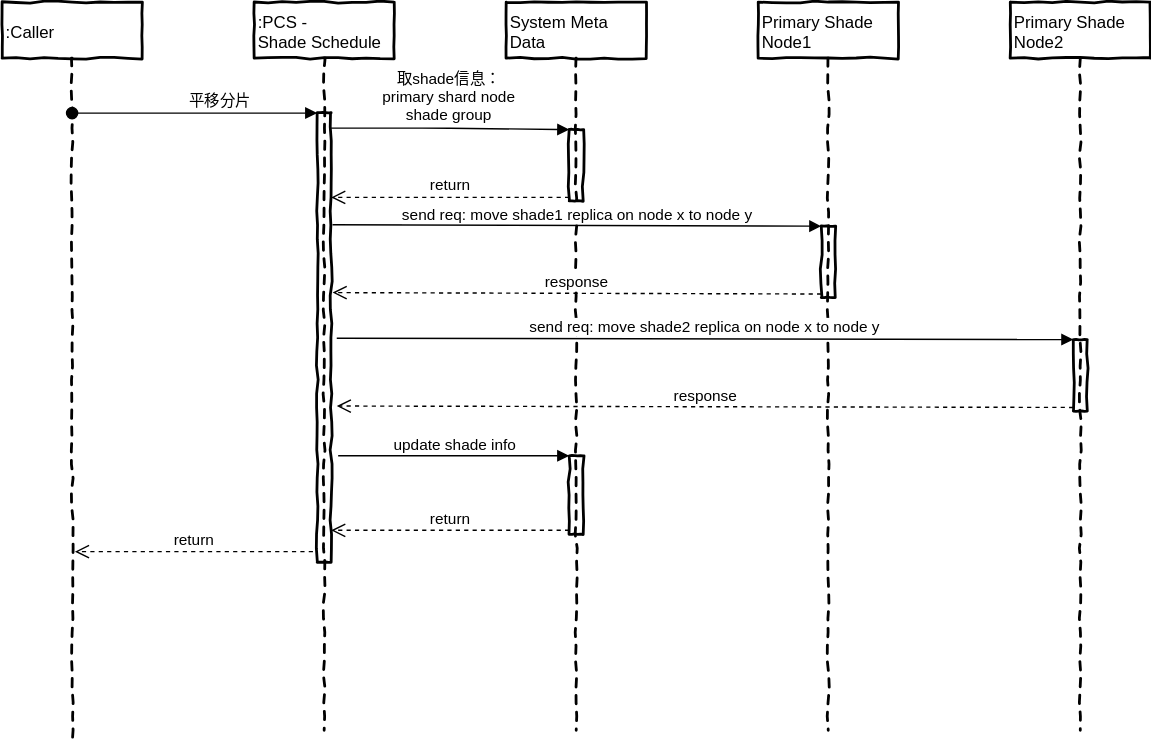
The draw.io diagram attachments/1672969880164.drawio.svg in simbahebinbo/smallfat.github.io, before a commit. Source tidied: cells renumbered, new cells last; positions are measured from the earlier drawing's top-left corner, leaving out a move shared by most shapes.
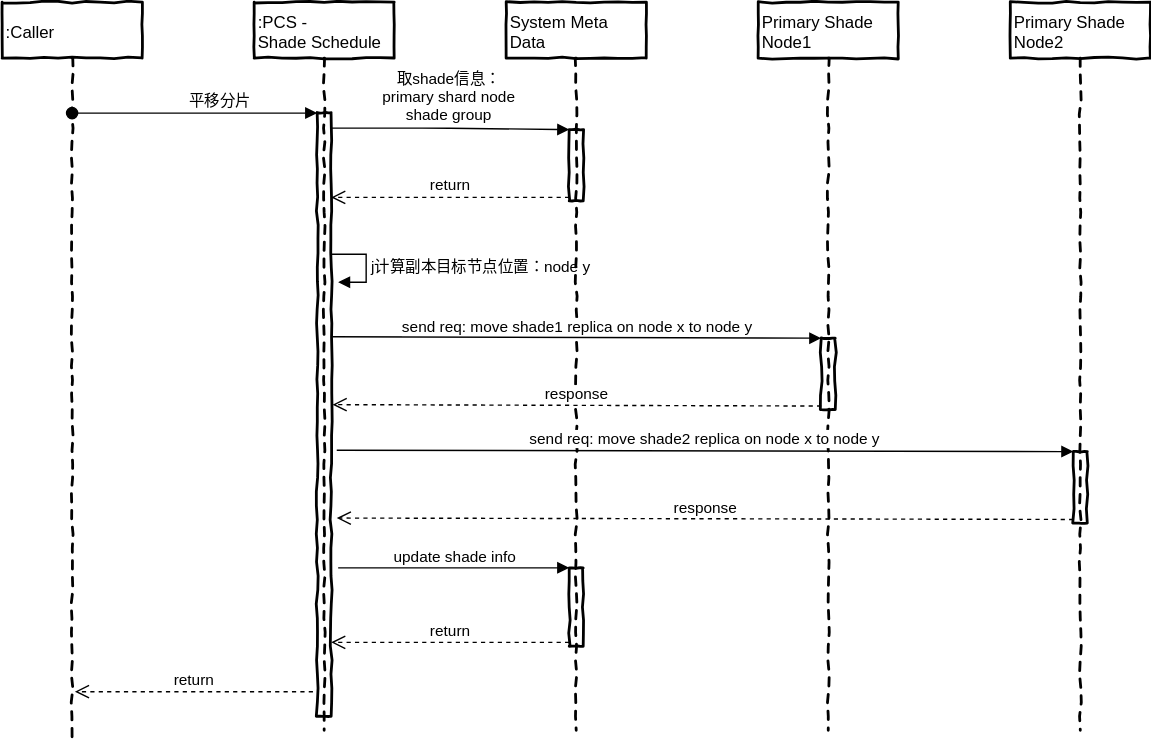
After the change.

Commit message:
添加附件 : attachments/1672969880164.drawio.svg

Diff of the diagram source:
```diff
@@ -9,8 +9,17 @@
       <mxGeometry x="180" width="100" height="520" as="geometry" />
     </mxCell>
     <mxCell id="4" style="html=1;points=[];perimeter=orthogonalPerimeter;rounded=0;shadow=0;glass=0;comic=1;strokeColor=#000000;strokeWidth=2;fillColor=none;align=left;" parent="3" vertex="1">
-      <mxGeometry x="45" y="79" width="10" height="321" as="geometry" />
+      <mxGeometry x="45" y="79" width="10" height="431" as="geometry" />
     </mxCell>
+    <mxCell id="22" value="j计算副本目标节点位置：node y" style="edgeStyle=orthogonalEdgeStyle;html=1;align=left;spacingLeft=2;endArrow=block;rounded=0;entryX=1;entryY=0;strokeColor=#000000;" parent="3" edge="1">
+      <mxGeometry relative="1" as="geometry">
+        <mxPoint x="55" y="180" as="sourcePoint" />
+        <mxPoint x="60" y="200" as="targetPoint" />
+        <Array as="points">
+          <mxPoint x="80" y="180" />
+        </Array>
+      </mxGeometry>
+    </mxCell>
     <mxCell id="5" value="System Meta Data" style="shape=umlLifeline;perimeter=lifelinePerimeter;whiteSpace=wrap;html=1;rounded=0;shadow=0;glass=0;comic=1;strokeColor=#000000;strokeWidth=2;fillColor=none;align=left;" parent="1" vertex="1">
       <mxGeometry x="360" width="100" height="520" as="geometry" />
     </mxCell>
@@ -18,11 +27,11 @@
       <mxGeometry x="45" y="91" width="10" height="51" as="geometry" />
     </mxCell>
     <mxCell id="7" style="html=1;points=[];perimeter=orthogonalPerimeter;rounded=0;shadow=0;glass=0;comic=1;strokeColor=#000000;strokeWidth=2;fillColor=none;align=left;" parent="5" vertex="1">
-      <mxGeometry x="45" y="324" width="10" height="56" as="geometry" />
+      <mxGeometry x="45" y="404" width="10" height="56" as="geometry" />
     </mxCell>
     <mxCell id="8" value="update shade info" style="html=1;verticalAlign=bottom;endArrow=block;entryX=0;entryY=0;strokeColor=#000000;" parent="5" edge="1" target="7">
       <mxGeometry relative="1" as="geometry">
-        <mxPoint x="-120" y="324" as="sourcePoint" />
+        <mxPoint x="-120" y="404" as="sourcePoint" />
       </mxGeometry>
     </mxCell>
     <mxCell id="9" value="平移分片" style="html=1;verticalAlign=bottom;startArrow=oval;endArrow=block;startSize=8;strokeColor=#000000;exitX=0.5;exitY=0.208;exitDx=0;exitDy=0;exitPerimeter=0;" parent="1" edge="1" target="4">
@@ -33,53 +42,58 @@
     <mxCell id="10" value="Primary Shade Node1" style="shape=umlLifeline;perimeter=lifelinePerimeter;whiteSpace=wrap;html=1;rounded=0;shadow=0;glass=0;comic=1;strokeColor=#000000;strokeWidth=2;fillColor=none;align=left;" parent="1" vertex="1">
       <mxGeometry x="540" width="100" height="520" as="geometry" />
     </mxCell>
-    <mxCell id="11" value="取shade信息：&lt;br&gt;primary shard node&lt;br&gt;shade group" style="html=1;verticalAlign=bottom;endArrow=block;entryX=0;entryY=0;strokeColor=#000000;" parent="1" edge="1" source="4" target="6">
+    <mxCell id="11" value="取shade信息：&lt;br&gt;primary shard node&lt;br&gt;shade group" style="html=1;verticalAlign=bottom;endArrow=block;entryX=0;entryY=0;strokeColor=#000000;" parent="1" edge="1" target="6">
       <mxGeometry relative="1" as="geometry">
+        <mxPoint x="235" y="90" as="sourcePoint" />
         <Array as="points">
           <mxPoint x="310" y="90" />
         </Array>
       </mxGeometry>
     </mxCell>
-    <mxCell id="12" value="return" style="html=1;verticalAlign=bottom;endArrow=open;dashed=1;endSize=8;exitX=0;exitY=0.95;strokeColor=#000000;" parent="1" edge="1" source="6" target="4">
-      <mxGeometry relative="1" as="geometry" />
+    <mxCell id="12" value="return" style="html=1;verticalAlign=bottom;endArrow=open;dashed=1;endSize=8;exitX=0;exitY=0.95;strokeColor=#000000;" parent="1" edge="1" source="6">
+      <mxGeometry relative="1" as="geometry">
+        <mxPoint x="235" y="139.5" as="targetPoint" />
+      </mxGeometry>
     </mxCell>
     <mxCell id="13" style="html=1;points=[];perimeter=orthogonalPerimeter;rounded=0;shadow=0;glass=0;comic=1;strokeColor=#000000;strokeWidth=2;fillColor=none;align=left;" parent="1" vertex="1">
-      <mxGeometry x="585" y="160" width="10" height="51" as="geometry" />
+      <mxGeometry x="585" y="240" width="10" height="51" as="geometry" />
     </mxCell>
     <mxCell id="14" value="send req: move shade1 replica on node x to node y" style="html=1;verticalAlign=bottom;endArrow=block;entryX=0;entryY=0;strokeColor=#000000;" parent="1" edge="1" target="13">
       <mxGeometry relative="1" as="geometry">
-        <mxPoint x="236" y="159" as="sourcePoint" />
+        <mxPoint x="236" y="239" as="sourcePoint" />
       </mxGeometry>
     </mxCell>
     <mxCell id="15" value="response" style="html=1;verticalAlign=bottom;endArrow=open;dashed=1;endSize=8;exitX=0;exitY=0.95;strokeColor=#000000;" parent="1" edge="1" source="13">
       <mxGeometry relative="1" as="geometry">
-        <mxPoint x="236" y="207.5" as="targetPoint" />
+        <mxPoint x="236" y="287.5" as="targetPoint" />
       </mxGeometry>
     </mxCell>
     <mxCell id="16" value="return" style="html=1;verticalAlign=bottom;endArrow=open;dashed=1;endSize=8;exitX=0;exitY=0.95;strokeColor=#000000;" parent="1" edge="1">
       <mxGeometry relative="1" as="geometry">
-        <mxPoint x="222" y="392.5" as="sourcePoint" />
-        <mxPoint x="52" y="392.5" as="targetPoint" />
+        <mxPoint x="222" y="492.5" as="sourcePoint" />
+        <mxPoint x="52" y="492.5" as="targetPoint" />
       </mxGeometry>
     </mxCell>
     <mxCell id="17" value="Primary Shade Node2" style="shape=umlLifeline;perimeter=lifelinePerimeter;whiteSpace=wrap;html=1;rounded=0;shadow=0;glass=0;comic=1;strokeColor=#000000;strokeWidth=2;fillColor=none;align=left;" parent="1" vertex="1">
       <mxGeometry x="720" width="100" height="520" as="geometry" />
     </mxCell>
     <mxCell id="18" style="html=1;points=[];perimeter=orthogonalPerimeter;rounded=0;shadow=0;glass=0;comic=1;strokeColor=#000000;strokeWidth=2;fillColor=none;align=left;" parent="1" vertex="1">
-      <mxGeometry x="765" y="241" width="10" height="51" as="geometry" />
+      <mxGeometry x="765" y="321" width="10" height="51" as="geometry" />
     </mxCell>
     <mxCell id="19" value="send req: move shade2 replica on node x to node y" style="html=1;verticalAlign=bottom;endArrow=block;entryX=0;entryY=0;strokeColor=#000000;" parent="1" edge="1" target="18">
       <mxGeometry relative="1" as="geometry">
-        <mxPoint x="239" y="240" as="sourcePoint" />
+        <mxPoint x="239" y="320" as="sourcePoint" />
       </mxGeometry>
     </mxCell>
     <mxCell id="20" value="response" style="html=1;verticalAlign=bottom;endArrow=open;dashed=1;endSize=8;exitX=0;exitY=0.95;strokeColor=#000000;" parent="1" edge="1" source="18">
       <mxGeometry relative="1" as="geometry">
-        <mxPoint x="239" y="288.5" as="targetPoint" />
+        <mxPoint x="239" y="368.5" as="targetPoint" />
       </mxGeometry>
     </mxCell>
-    <mxCell id="21" value="return" style="html=1;verticalAlign=bottom;endArrow=open;dashed=1;endSize=8;exitX=0;exitY=0.95;strokeColor=#000000;" parent="1" edge="1" source="7" target="4">
-      <mxGeometry relative="1" as="geometry" />
+    <mxCell id="21" value="return" style="html=1;verticalAlign=bottom;endArrow=open;dashed=1;endSize=8;exitX=0;exitY=0.95;strokeColor=#000000;" parent="1" edge="1" source="7">
+      <mxGeometry relative="1" as="geometry">
+        <mxPoint x="235" y="457.2" as="targetPoint" />
+      </mxGeometry>
     </mxCell>
   </root>
 </mxGraphModel>
```
